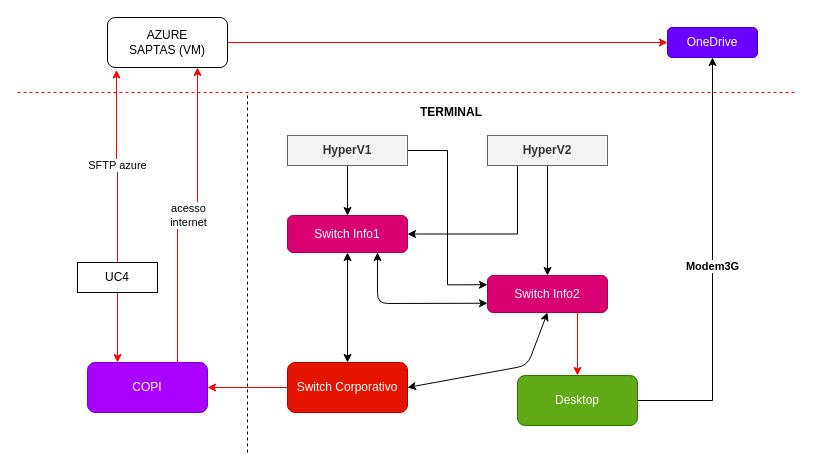
This is page "TERMINAL DC" (4 of 4) of ROX.drawio from anlugifa/drawio, a draw.io file, before an edit. Source tidied: cells renumbered, new cells numbered last; positions are measured from the earlier drawing's top-left corner, leaving out a move shared by most shapes. Both pictures are drawn from the tidied source at 100%, with x=0, y=0 at pixel (17, 17).
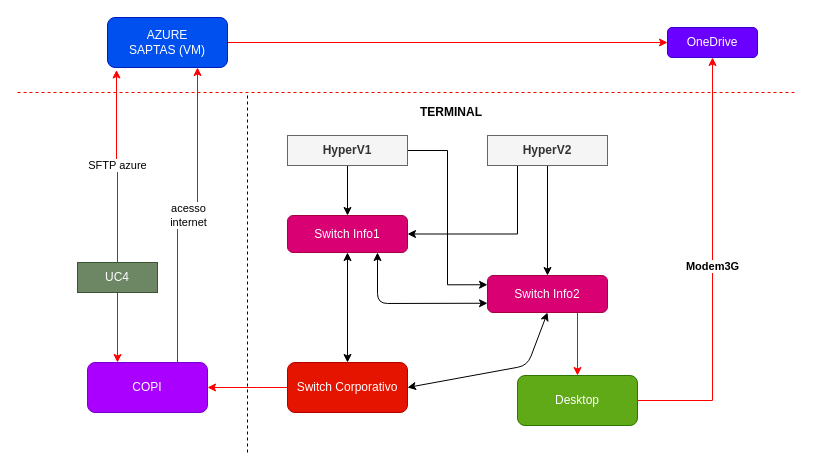
After the change.

Unchanged cells that the change refers to:
```xml
<mxCell id="5" value="OneDrive" style="rounded=1;whiteSpace=wrap;html=1;fillColor=#6a00ff;strokeColor=#3700CC;fontColor=#ffffff;" parent="1" vertex="1">
  <mxGeometry x="650" y="10" width="90" height="30" as="geometry" />
</mxCell>
<mxCell id="7" value="Desktop" style="rounded=1;whiteSpace=wrap;html=1;fillColor=#60a917;strokeColor=#2D7600;fontColor=#ffffff;" parent="1" vertex="1">
  <mxGeometry x="500" y="358" width="120" height="50" as="geometry" />
</mxCell>
```

Change to the diagram source:
```diff
@@
-    <mxCell id="3" value="AZURE&lt;br&gt;SAPTAS (VM)" style="rounded=1;whiteSpace=wrap;html=1;" parent="1" vertex="1">
+    <mxCell id="3" value="AZURE&lt;br&gt;SAPTAS (VM)" style="rounded=1;whiteSpace=wrap;html=1;fillColor=#0050ef;strokeColor=#001DBC;fontColor=#ffffff;" parent="1" vertex="1">
       <mxGeometry x="90" width="120" height="50" as="geometry" />
     </mxCell>
-    <mxCell id="4" value="Modem3G" style="edgeStyle=orthogonalEdgeStyle;rounded=0;jettySize=auto;html=1;exitX=1;exitY=0.5;exitDx=0;exitDy=0;fontStyle=1;" parent="1" edge="1" source="7" target="5">
+    <mxCell id="4" value="Modem3G" style="edgeStyle=orthogonalEdgeStyle;rounded=0;jettySize=auto;html=1;exitX=1;exitY=0.5;exitDx=0;exitDy=0;fontStyle=1;fillColor=#e51400;strokeColor=#FF0000;" parent="1" edge="1" source="7" target="5">
       <mxGeometry relative="1" as="geometry" />
     </mxCell>
@@
-    <mxCell id="26" value="UC4" style="rounded=0;whiteSpace=wrap;html=1;" parent="1" vertex="1">
+    <mxCell id="26" value="UC4" style="rounded=0;whiteSpace=wrap;html=1;fillColor=#6d8764;strokeColor=#3A5431;fontColor=#ffffff;" parent="1" vertex="1">
       <mxGeometry x="60" y="245" width="80" height="30" as="geometry" />
     </mxCell>
```
